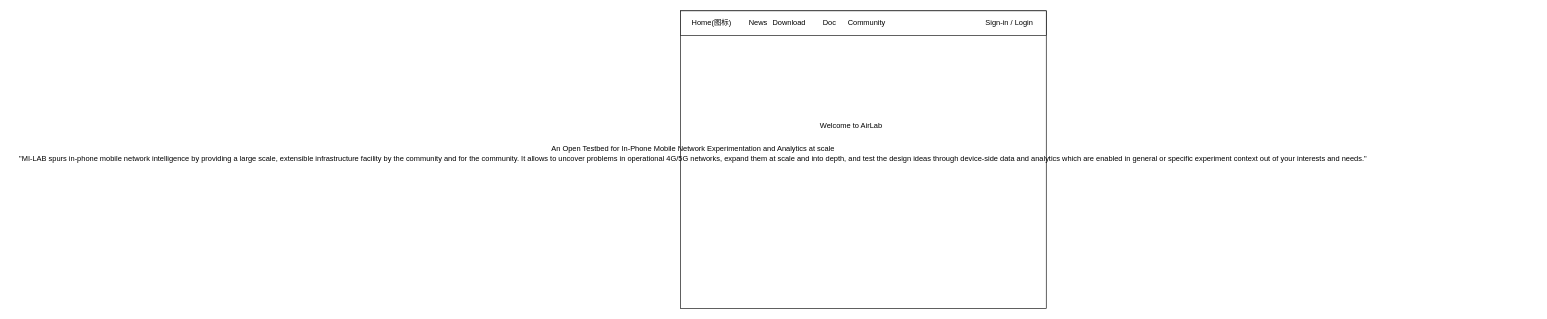
The draw.io diagram server设计.drawio in Markshilong/DrawFigures, before the edit. Source tidied: cells renumbered, new cells numbered last; positions are measured from the earlier drawing's top-left corner, leaving out a move shared by most shapes. Both pictures are drawn from the tidied source at 62%, with x=0, y=0 at pixel (11, 11).
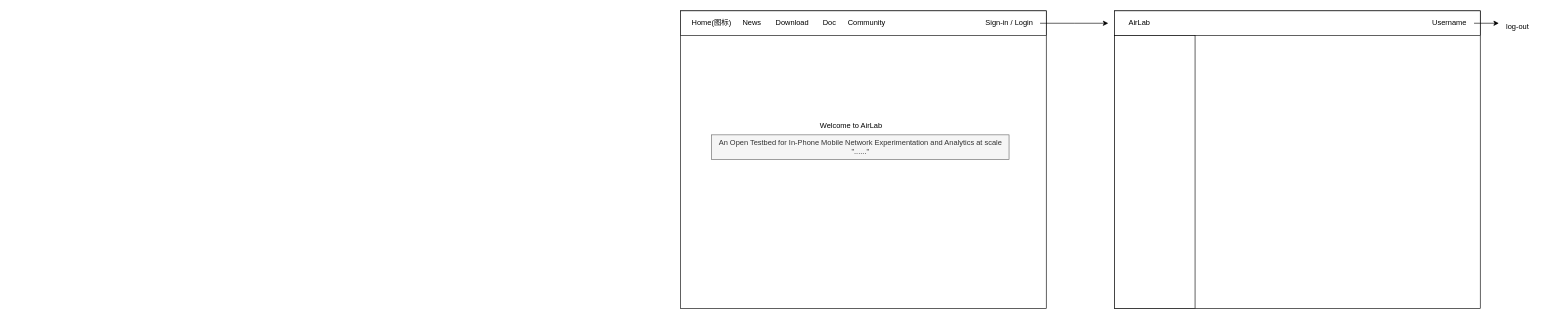
The same diagram, later.

Unchanged cells that the change refers to:
```xml
<mxCell id="4" value="Sign-in / Login" style="text;html=1;align=center;verticalAlign=middle;points=[];strokeColor=none;fillColor=none;" parent="1" vertex="1">
  <mxGeometry x="1560" y="5" width="100" height="30" as="geometry" />
</mxCell>
```

What changed in the source:
```diff
@@
+    <mxCell id="12" style="edgeStyle=orthogonalEdgeStyle;rounded=0;jettySize=auto;html=1;" parent="1" edge="1" source="4">
+      <mxGeometry relative="1" as="geometry">
+        <mxPoint x="1770" y="20" as="targetPoint" />
+      </mxGeometry>
+    </mxCell>
@@
     <mxCell id="6" value="News" style="text;html=1;align=center;verticalAlign=middle;strokeColor=none;fillColor=none;" parent="1" vertex="1">
-      <mxGeometry x="1180" y="5" width="50" height="30" as="geometry" />
+      <mxGeometry x="1170" y="5" width="50" height="30" as="geometry" />
     </mxCell>
     <mxCell id="7" value="Download" style="text;html=1;align=center;verticalAlign=middle;strokeColor=none;fillColor=none;" parent="1" vertex="1">
-      <mxGeometry x="1215" y="5" width="80" height="30" as="geometry" />
+      <mxGeometry x="1220" y="5" width="80" height="30" as="geometry" />
     </mxCell>
@@
-    <mxCell id="11" value="&lt;div&gt;An Open Testbed for In-Phone Mobile Network Experimentation and Analytics at scale&lt;/div&gt;&lt;div&gt;&quot;MI-LAB spurs in-phone mobile network intelligence by providing a large scale, extensible infrastructure facility by the community and for the community. It allows to uncover problems in operational 4G/5G networks, expand them at scale and into depth, and test the design ideas through device-side data and analytics which are enabled in general or specific experiment context out of your interests and needs.&quot;&lt;/div&gt;" style="text;html=1;align=center;verticalAlign=middle;strokeColor=none;fillColor=none;" parent="1" vertex="1">
-      <mxGeometry y="210" width="2200" height="40" as="geometry" />
+    <mxCell id="11" value="&lt;div style=&quot;font-size: 12px;&quot;&gt;An Open Testbed for In-Phone Mobile Network Experimentation and Analytics at scale&lt;/div&gt;&lt;div style=&quot;font-size: 12px;&quot;&gt;&quot;......&lt;span style=&quot;background-color: initial;&quot;&gt;&quot;&lt;/span&gt;&lt;/div&gt;" style="text;html=1;align=center;verticalAlign=middle;strokeColor=#666666;fillColor=#f5f5f5;labelBorderColor=none;fontColor=#333333;rounded=0;fontSize=12;horizontal=1;" parent="1" vertex="1">
+      <mxGeometry x="1130" y="200" width="480" height="40" as="geometry" />
     </mxCell>
+    <mxCell id="13" style="rounded=0;whiteSpace=wrap;html=1;" parent="1" vertex="1">
+      <mxGeometry x="1780" width="590" height="480" as="geometry" />
+    </mxCell>
+    <mxCell id="14" style="rounded=0;whiteSpace=wrap;html=1;" parent="1" vertex="1">
+      <mxGeometry x="1780" width="590" height="40" as="geometry" />
+    </mxCell>
+    <mxCell id="15" style="edgeStyle=orthogonalEdgeStyle;rounded=0;jettySize=auto;html=1;entryX=0;entryY=0.333;entryDx=0;entryDy=0;entryPerimeter=0;" parent="1" edge="1" source="16" target="17">
+      <mxGeometry relative="1" as="geometry" />
+    </mxCell>
+    <mxCell id="16" value="Username" style="text;html=1;align=center;verticalAlign=middle;points=[];strokeColor=none;fillColor=none;" parent="1" vertex="1">
+      <mxGeometry x="2280" y="5" width="80" height="30" as="geometry" />
+    </mxCell>
+    <mxCell id="17" value="log-out" style="text;html=1;align=center;verticalAlign=middle;points=[];strokeColor=none;fillColor=none;" parent="1" vertex="1">
+      <mxGeometry x="2400" y="10" width="60" height="30" as="geometry" />
+    </mxCell>
+    <mxCell id="18" value="AirLab" style="text;html=1;align=center;verticalAlign=middle;strokeColor=none;fillColor=none;" parent="1" vertex="1">
+      <mxGeometry x="1790" y="5" width="60" height="30" as="geometry" />
+    </mxCell>
+    <mxCell id="19" style="rounded=0;whiteSpace=wrap;html=1;" parent="1" vertex="1">
+      <mxGeometry x="1780" y="40" width="130" height="440" as="geometry" />
+    </mxCell>
```
